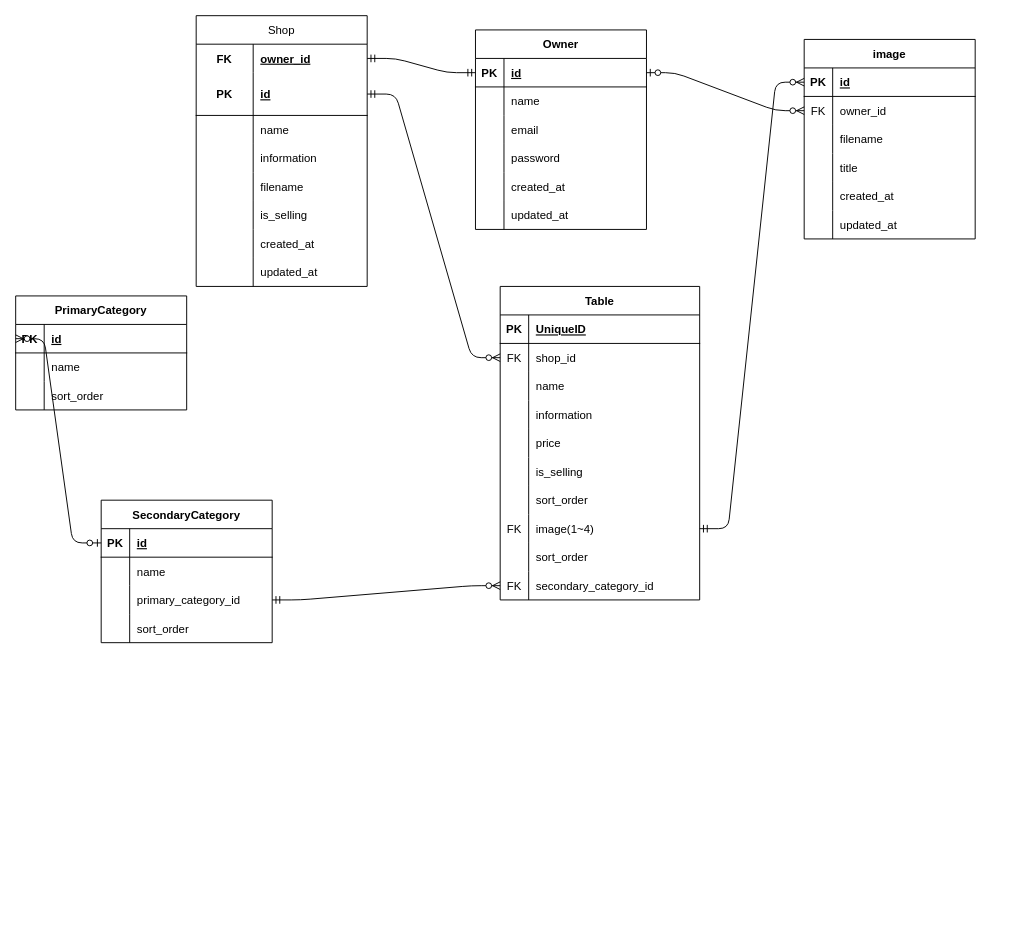
kaitoiha/ECsite keeps this draw.io diagram as ecsite.dio. Above is the earlier version. Source tidied: cells renumbered, new cells numbered last; positions are measured from the earlier drawing's top-left corner, leaving out a move shared by most shapes. Both pictures are drawn from the tidied source at 95%, with x=0, y=0 at pixel (15, 15).
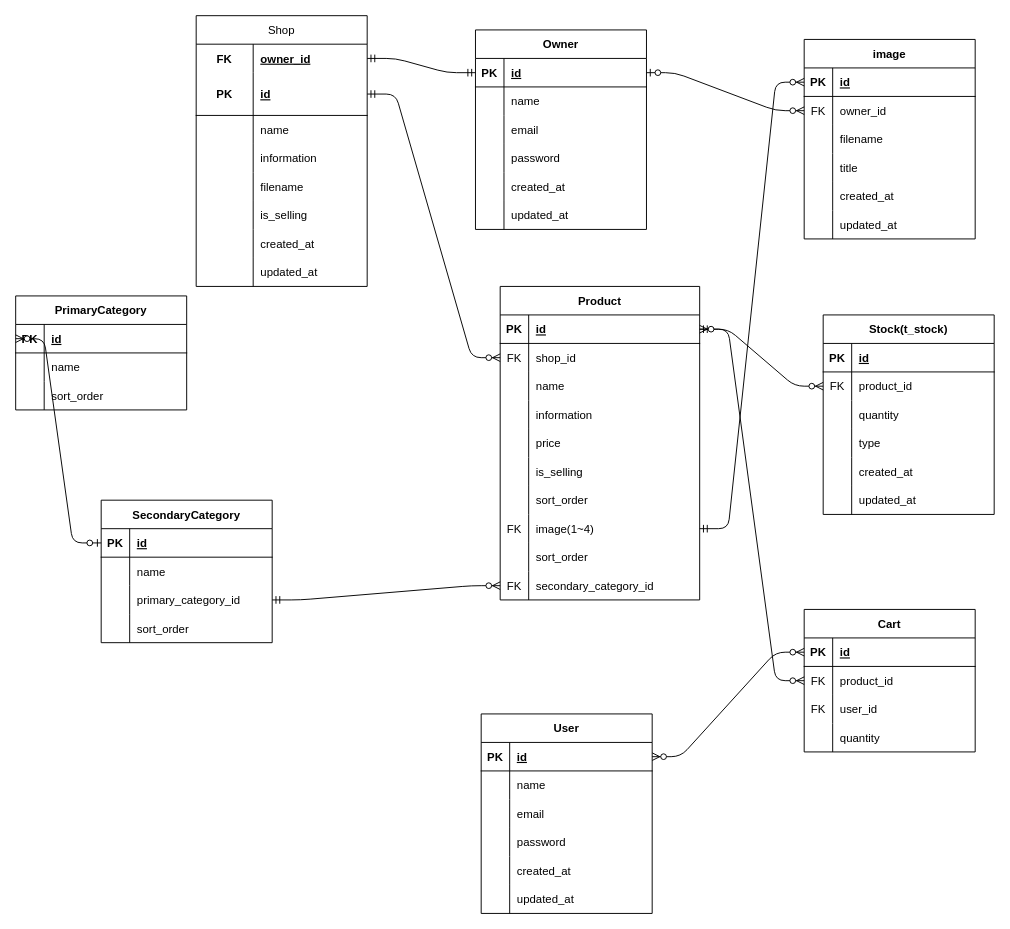
The same page after the edit.

Unchanged cells that the change refers to:
```xml
<mxCell id="48" style="shape=tableRow;horizontal=0;startSize=0;swimlaneHead=0;swimlaneBody=0;fillColor=none;points=[[0,0.5],[1,0.5]];portConstraint=eastwest;top=0;left=0;right=0;bottom=1;" parent="47" vertex="1">
  <mxGeometry y="30" width="210" height="30" as="geometry" />
</mxCell>
```

The edit, as a diff of the source:
```diff
@@
-    <mxCell id="47" value="Table" style="shape=table;startSize=30;childLayout=tableLayout;rowLines=0;fontStyle=1;align=center;" parent="1" vertex="1">
+    <mxCell id="47" value="Product" style="shape=table;startSize=30;childLayout=tableLayout;rowLines=0;fontStyle=1;align=center;" parent="1" vertex="1">
       <mxGeometry x="510" y="285" width="210" height="330" as="geometry" />
     </mxCell>
@@
-    <mxCell id="50" value="UniqueID" style="shape=partialRectangle;fillColor=none;top=0;left=0;bottom=0;right=0;align=left;spacingLeft=6;fontStyle=5;overflow=hidden;" parent="48" vertex="1">
+    <mxCell id="50" value="id" style="shape=partialRectangle;fillColor=none;top=0;left=0;bottom=0;right=0;align=left;spacingLeft=6;fontStyle=5;overflow=hidden;" parent="48" vertex="1">
       <mxGeometry x="30" width="180" height="30" as="geometry" />
     </mxCell>
@@
+    <mxCell id="125" value="Stock(t_stock)" style="shape=table;startSize=30;childLayout=tableLayout;rowLines=0;fontStyle=1;align=center;" parent="1" vertex="1">
+      <mxGeometry x="850" y="315" width="180" height="210" as="geometry" />
+    </mxCell>
+    <mxCell id="126" style="shape=tableRow;horizontal=0;startSize=0;swimlaneHead=0;swimlaneBody=0;fillColor=none;top=0;left=0;right=0;bottom=1;" parent="125" vertex="1">
+      <mxGeometry y="30" width="180" height="30" as="geometry" />
+    </mxCell>
+    <mxCell id="127" value="PK" style="shape=partialRectangle;fillColor=none;top=0;left=0;bottom=0;right=0;fontStyle=1;overflow=hidden;" parent="126" vertex="1">
+      <mxGeometry width="30" height="30" as="geometry" />
+    </mxCell>
+    <mxCell id="128" value="id" style="shape=partialRectangle;fillColor=none;top=0;left=0;bottom=0;right=0;align=left;spacingLeft=6;fontStyle=5;overflow=hidden;" parent="126" vertex="1">
+      <mxGeometry x="30" width="150" height="30" as="geometry" />
+    </mxCell>
+    <mxCell id="129" style="shape=tableRow;horizontal=0;startSize=0;swimlaneHead=0;swimlaneBody=0;fillColor=none;points=[[0,0.5],[1,0.5]];portConstraint=eastwest;top=0;left=0;right=0;bottom=0;" parent="125" vertex="1">
+      <mxGeometry y="60" width="180" height="30" as="geometry" />
+    </mxCell>
+    <mxCell id="130" value="FK" style="shape=partialRectangle;fillColor=none;top=0;left=0;bottom=0;right=0;overflow=hidden;" parent="129" vertex="1">
+      <mxGeometry width="30" height="30" as="geometry" />
+    </mxCell>
+    <mxCell id="131" value="product_id" style="shape=partialRectangle;fillColor=none;top=0;left=0;bottom=0;right=0;align=left;spacingLeft=6;overflow=hidden;" parent="129" vertex="1">
+      <mxGeometry x="30" width="150" height="30" as="geometry" />
+    </mxCell>
+    <mxCell id="132" style="shape=tableRow;horizontal=0;startSize=0;swimlaneHead=0;swimlaneBody=0;fillColor=none;top=0;left=0;right=0;bottom=0;" parent="125" vertex="1">
+      <mxGeometry y="90" width="180" height="30" as="geometry" />
+    </mxCell>
+    <mxCell id="133" style="shape=partialRectangle;fillColor=none;top=0;left=0;bottom=0;right=0;overflow=hidden;" parent="132" vertex="1">
+      <mxGeometry width="30" height="30" as="geometry" />
+    </mxCell>
+    <mxCell id="134" value="quantity" style="shape=partialRectangle;fillColor=none;top=0;left=0;bottom=0;right=0;align=left;spacingLeft=6;overflow=hidden;" parent="132" vertex="1">
+      <mxGeometry x="30" width="150" height="30" as="geometry" />
+    </mxCell>
+    <mxCell id="135" style="shape=tableRow;horizontal=0;startSize=0;swimlaneHead=0;swimlaneBody=0;fillColor=none;top=0;left=0;right=0;bottom=0;" parent="125" vertex="1">
+      <mxGeometry y="120" width="180" height="30" as="geometry" />
+    </mxCell>
+    <mxCell id="136" style="shape=partialRectangle;fillColor=none;top=0;left=0;bottom=0;right=0;overflow=hidden;" parent="135" vertex="1">
+      <mxGeometry width="30" height="30" as="geometry" />
+    </mxCell>
+    <mxCell id="137" value="type" style="shape=partialRectangle;fillColor=none;top=0;left=0;bottom=0;right=0;align=left;spacingLeft=6;overflow=hidden;" parent="135" vertex="1">
+      <mxGeometry x="30" width="150" height="30" as="geometry" />
+    </mxCell>
+    <mxCell id="138" style="shape=tableRow;horizontal=0;startSize=0;swimlaneHead=0;swimlaneBody=0;fillColor=none;top=0;left=0;right=0;bottom=0;" parent="125" vertex="1">
+      <mxGeometry y="150" width="180" height="30" as="geometry" />
+    </mxCell>
+    <mxCell id="139" style="shape=partialRectangle;fillColor=none;top=0;left=0;bottom=0;right=0;overflow=hidden;" parent="138" vertex="1">
+      <mxGeometry width="30" height="30" as="geometry" />
+    </mxCell>
+    <mxCell id="140" value="created_at" style="shape=partialRectangle;fillColor=none;top=0;left=0;bottom=0;right=0;align=left;spacingLeft=6;overflow=hidden;" parent="138" vertex="1">
+      <mxGeometry x="30" width="150" height="30" as="geometry" />
+    </mxCell>
+    <mxCell id="141" style="shape=tableRow;horizontal=0;startSize=0;swimlaneHead=0;swimlaneBody=0;fillColor=none;top=0;left=0;right=0;bottom=0;" parent="125" vertex="1">
+      <mxGeometry y="180" width="180" height="30" as="geometry" />
+    </mxCell>
+    <mxCell id="142" style="shape=partialRectangle;fillColor=none;top=0;left=0;bottom=0;right=0;overflow=hidden;" parent="141" vertex="1">
+      <mxGeometry width="30" height="30" as="geometry" />
+    </mxCell>
+    <mxCell id="143" value="updated_at" style="shape=partialRectangle;fillColor=none;top=0;left=0;bottom=0;right=0;align=left;spacingLeft=6;overflow=hidden;" parent="141" vertex="1">
+      <mxGeometry x="30" width="150" height="30" as="geometry" />
+    </mxCell>
+    <mxCell id="144" style="edgeStyle=entityRelationEdgeStyle;fontSize=12;html=1;endArrow=ERzeroToMany;startArrow=ERmandOne;exitX=1;exitY=0.5;exitDx=0;exitDy=0;entryX=0;entryY=0.5;entryDx=0;entryDy=0;" parent="1" edge="1" source="48" target="129">
+      <mxGeometry relative="1" as="geometry" />
+    </mxCell>
+    <mxCell id="145" value="Cart" style="shape=table;startSize=30;childLayout=tableLayout;rowLines=0;fontStyle=1;align=center;" parent="1" vertex="1">
+      <mxGeometry x="830" y="625" width="180" height="150" as="geometry" />
+    </mxCell>
+    <mxCell id="146" style="shape=tableRow;horizontal=0;startSize=0;swimlaneHead=0;swimlaneBody=0;fillColor=none;points=[[0,0.5],[1,0.5]];portConstraint=eastwest;top=0;left=0;right=0;bottom=1;" parent="145" vertex="1">
+      <mxGeometry y="30" width="180" height="30" as="geometry" />
+    </mxCell>
+    <mxCell id="147" value="PK" style="shape=partialRectangle;fillColor=none;top=0;left=0;bottom=0;right=0;fontStyle=1;overflow=hidden;" parent="146" vertex="1">
+      <mxGeometry width="30" height="30" as="geometry" />
+    </mxCell>
+    <mxCell id="148" value="id" style="shape=partialRectangle;fillColor=none;top=0;left=0;bottom=0;right=0;align=left;spacingLeft=6;fontStyle=5;overflow=hidden;" parent="146" vertex="1">
+      <mxGeometry x="30" width="150" height="30" as="geometry" />
+    </mxCell>
+    <mxCell id="149" style="shape=tableRow;horizontal=0;startSize=0;swimlaneHead=0;swimlaneBody=0;fillColor=none;points=[[0,0.5],[1,0.5]];portConstraint=eastwest;top=0;left=0;right=0;bottom=0;" parent="145" vertex="1">
+      <mxGeometry y="60" width="180" height="30" as="geometry" />
+    </mxCell>
+    <mxCell id="150" value="FK" style="shape=partialRectangle;fillColor=none;top=0;left=0;bottom=0;right=0;overflow=hidden;" parent="149" vertex="1">
+      <mxGeometry width="30" height="30" as="geometry" />
+    </mxCell>
+    <mxCell id="151" value="product_id" style="shape=partialRectangle;fillColor=none;top=0;left=0;bottom=0;right=0;align=left;spacingLeft=6;overflow=hidden;" parent="149" vertex="1">
+      <mxGeometry x="30" width="150" height="30" as="geometry" />
+    </mxCell>
+    <mxCell id="152" style="shape=tableRow;horizontal=0;startSize=0;swimlaneHead=0;swimlaneBody=0;fillColor=none;top=0;left=0;right=0;bottom=0;" parent="145" vertex="1">
+      <mxGeometry y="90" width="180" height="30" as="geometry" />
+    </mxCell>
+    <mxCell id="153" value="FK" style="shape=partialRectangle;fillColor=none;top=0;left=0;bottom=0;right=0;overflow=hidden;" parent="152" vertex="1">
+      <mxGeometry width="30" height="30" as="geometry" />
+    </mxCell>
+    <mxCell id="154" value="user_id" style="shape=partialRectangle;fillColor=none;top=0;left=0;bottom=0;right=0;align=left;spacingLeft=6;overflow=hidden;" parent="152" vertex="1">
+      <mxGeometry x="30" width="150" height="30" as="geometry" />
+    </mxCell>
+    <mxCell id="155" style="shape=tableRow;horizontal=0;startSize=0;swimlaneHead=0;swimlaneBody=0;fillColor=none;top=0;left=0;right=0;bottom=0;" parent="145" vertex="1">
+      <mxGeometry y="120" width="180" height="30" as="geometry" />
+    </mxCell>
+    <mxCell id="156" style="shape=partialRectangle;fillColor=none;top=0;left=0;bottom=0;right=0;overflow=hidden;" parent="155" vertex="1">
+      <mxGeometry width="30" height="30" as="geometry" />
+    </mxCell>
+    <mxCell id="157" value="quantity" style="shape=partialRectangle;fillColor=none;top=0;left=0;bottom=0;right=0;align=left;spacingLeft=6;overflow=hidden;" parent="155" vertex="1">
+      <mxGeometry x="30" width="150" height="30" as="geometry" />
+    </mxCell>
+    <mxCell id="158" style="edgeStyle=entityRelationEdgeStyle;fontSize=12;html=1;endArrow=ERzeroToMany;endFill=1;startArrow=ERzeroToMany;entryX=1;entryY=0.5;entryDx=0;entryDy=0;exitX=0;exitY=0.5;exitDx=0;exitDy=0;" parent="1" edge="1" source="149" target="48">
+      <mxGeometry relative="1" as="geometry" />
+    </mxCell>
+    <mxCell id="159" value="User" style="shape=table;startSize=30;childLayout=tableLayout;rowLines=0;fontStyle=1;align=center;" parent="1" vertex="1">
+      <mxGeometry x="490" y="735" width="180" height="210" as="geometry" />
+    </mxCell>
+    <mxCell id="160" style="shape=tableRow;horizontal=0;startSize=0;swimlaneHead=0;swimlaneBody=0;fillColor=none;points=[[0,0.5],[1,0.5]];portConstraint=eastwest;top=0;left=0;right=0;bottom=1;" parent="159" vertex="1">
+      <mxGeometry y="30" width="180" height="30" as="geometry" />
+    </mxCell>
+    <mxCell id="161" value="PK" style="shape=partialRectangle;fillColor=none;top=0;left=0;bottom=0;right=0;fontStyle=1;overflow=hidden;" parent="160" vertex="1">
+      <mxGeometry width="30" height="30" as="geometry" />
+    </mxCell>
+    <mxCell id="162" value="id" style="shape=partialRectangle;fillColor=none;top=0;left=0;bottom=0;right=0;align=left;spacingLeft=6;fontStyle=5;overflow=hidden;" parent="160" vertex="1">
+      <mxGeometry x="30" width="150" height="30" as="geometry" />
+    </mxCell>
+    <mxCell id="163" style="shape=tableRow;horizontal=0;startSize=0;swimlaneHead=0;swimlaneBody=0;fillColor=none;top=0;left=0;right=0;bottom=0;" parent="159" vertex="1">
+      <mxGeometry y="60" width="180" height="30" as="geometry" />
+    </mxCell>
+    <mxCell id="164" style="shape=partialRectangle;fillColor=none;top=0;left=0;bottom=0;right=0;overflow=hidden;" parent="163" vertex="1">
+      <mxGeometry width="30" height="30" as="geometry" />
+    </mxCell>
+    <mxCell id="165" value="name" style="shape=partialRectangle;fillColor=none;top=0;left=0;bottom=0;right=0;align=left;spacingLeft=6;overflow=hidden;" parent="163" vertex="1">
+      <mxGeometry x="30" width="150" height="30" as="geometry" />
+    </mxCell>
+    <mxCell id="166" style="shape=tableRow;horizontal=0;startSize=0;swimlaneHead=0;swimlaneBody=0;fillColor=none;top=0;left=0;right=0;bottom=0;" parent="159" vertex="1">
+      <mxGeometry y="90" width="180" height="30" as="geometry" />
+    </mxCell>
+    <mxCell id="167" style="shape=partialRectangle;fillColor=none;top=0;left=0;bottom=0;right=0;overflow=hidden;" parent="166" vertex="1">
+      <mxGeometry width="30" height="30" as="geometry" />
+    </mxCell>
+    <mxCell id="168" value="email" style="shape=partialRectangle;fillColor=none;top=0;left=0;bottom=0;right=0;align=left;spacingLeft=6;overflow=hidden;" parent="166" vertex="1">
+      <mxGeometry x="30" width="150" height="30" as="geometry" />
+    </mxCell>
+    <mxCell id="169" style="shape=tableRow;horizontal=0;startSize=0;swimlaneHead=0;swimlaneBody=0;fillColor=none;top=0;left=0;right=0;bottom=0;" parent="159" vertex="1">
+      <mxGeometry y="120" width="180" height="30" as="geometry" />
+    </mxCell>
+    <mxCell id="170" style="shape=partialRectangle;fillColor=none;top=0;left=0;bottom=0;right=0;overflow=hidden;" parent="169" vertex="1">
+      <mxGeometry width="30" height="30" as="geometry" />
+    </mxCell>
+    <mxCell id="171" value="password" style="shape=partialRectangle;fillColor=none;top=0;left=0;bottom=0;right=0;align=left;spacingLeft=6;overflow=hidden;" parent="169" vertex="1">
+      <mxGeometry x="30" width="150" height="30" as="geometry" />
+    </mxCell>
+    <mxCell id="172" style="shape=tableRow;horizontal=0;startSize=0;swimlaneHead=0;swimlaneBody=0;fillColor=none;top=0;left=0;right=0;bottom=0;" parent="159" vertex="1">
+      <mxGeometry y="150" width="180" height="30" as="geometry" />
+    </mxCell>
+    <mxCell id="173" style="shape=partialRectangle;fillColor=none;top=0;left=0;bottom=0;right=0;overflow=hidden;" parent="172" vertex="1">
+      <mxGeometry width="30" height="30" as="geometry" />
+    </mxCell>
+    <mxCell id="174" value="created_at" style="shape=partialRectangle;fillColor=none;top=0;left=0;bottom=0;right=0;align=left;spacingLeft=6;overflow=hidden;" parent="172" vertex="1">
+      <mxGeometry x="30" width="150" height="30" as="geometry" />
+    </mxCell>
+    <mxCell id="175" style="shape=tableRow;horizontal=0;startSize=0;swimlaneHead=0;swimlaneBody=0;fillColor=none;top=0;left=0;right=0;bottom=0;" parent="159" vertex="1">
+      <mxGeometry y="180" width="180" height="30" as="geometry" />
+    </mxCell>
+    <mxCell id="176" style="shape=partialRectangle;fillColor=none;top=0;left=0;bottom=0;right=0;overflow=hidden;" parent="175" vertex="1">
+      <mxGeometry width="30" height="30" as="geometry" />
+    </mxCell>
+    <mxCell id="177" value="updated_at" style="shape=partialRectangle;fillColor=none;top=0;left=0;bottom=0;right=0;align=left;spacingLeft=6;overflow=hidden;" parent="175" vertex="1">
+      <mxGeometry x="30" width="150" height="30" as="geometry" />
+    </mxCell>
+    <mxCell id="178" style="edgeStyle=entityRelationEdgeStyle;fontSize=12;html=1;endArrow=ERzeroToMany;endFill=1;startArrow=ERzeroToMany;entryX=0;entryY=0.5;entryDx=0;entryDy=0;exitX=1;exitY=0.5;exitDx=0;exitDy=0;" parent="1" edge="1" source="160" target="146">
+      <mxGeometry relative="1" as="geometry" />
+    </mxCell>
```
